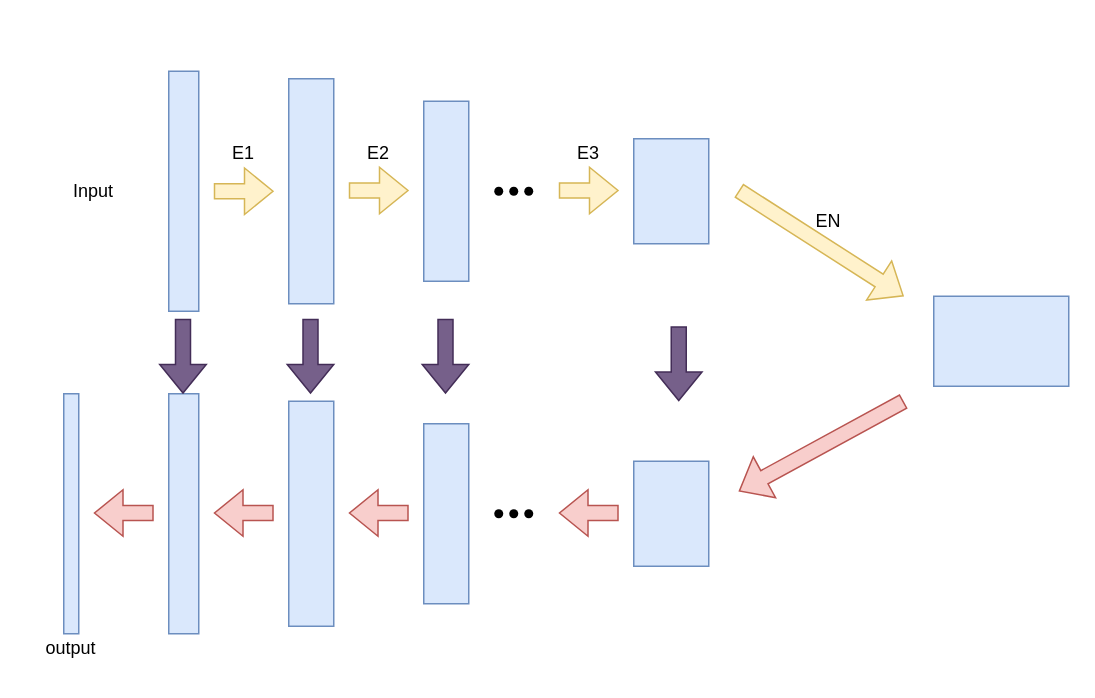
Earlier version of the draw.io diagram unet_simple.drawio (ppposition/Machine_Learn_discussion). Source tidied: cells renumbered, new cells numbered last; positions are measured from the earlier drawing's top-left corner, leaving out a move shared by most shapes. Both pictures are drawn from the tidied source at 150%, with x=0, y=0 at pixel (26, 70).
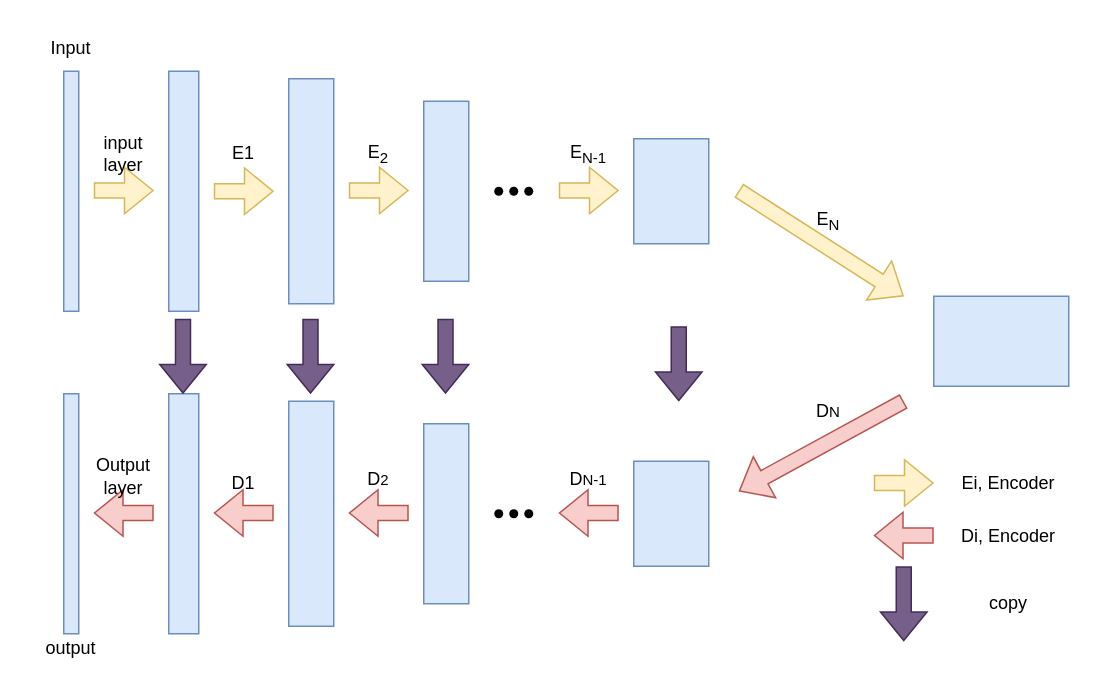
The same diagram, later.

Diff of the diagram source:
```diff
@@
     <mxCell id="3" value="Input" style="text;html=1;align=center;verticalAlign=middle;whiteSpace=wrap;rounded=0;" parent="1" vertex="1">
-      <mxGeometry x="15" y="65" width="60" height="30" as="geometry" />
+      <mxGeometry y="-30" width="60" height="30" as="geometry" />
     </mxCell>
@@
-    <mxCell id="34" value="EN" style="text;html=1;align=center;verticalAlign=middle;whiteSpace=wrap;rounded=0;" parent="1" vertex="1">
+    <mxCell id="34" value="E&lt;sub&gt;N&lt;/sub&gt;" style="text;html=1;align=center;verticalAlign=middle;whiteSpace=wrap;rounded=0;" parent="1" vertex="1">
       <mxGeometry x="505" y="85" width="60" height="30" as="geometry" />
     </mxCell>
-    <mxCell id="35" value="E3" style="text;html=1;align=center;verticalAlign=middle;whiteSpace=wrap;rounded=0;" parent="1" vertex="1">
+    <mxCell id="35" value="E&lt;sub&gt;N-1&lt;/sub&gt;" style="text;html=1;align=center;verticalAlign=middle;whiteSpace=wrap;rounded=0;" parent="1" vertex="1">
       <mxGeometry x="345" y="40" width="60" height="30" as="geometry" />
     </mxCell>
-    <mxCell id="36" value="E2" style="text;html=1;align=center;verticalAlign=middle;whiteSpace=wrap;rounded=0;" parent="1" vertex="1">
+    <mxCell id="36" value="E&lt;sub&gt;2&lt;/sub&gt;" style="text;html=1;align=center;verticalAlign=middle;whiteSpace=wrap;rounded=0;" parent="1" vertex="1">
       <mxGeometry x="205" y="40" width="60" height="30" as="geometry" />
     </mxCell>
+    <mxCell id="37" value="&lt;sub&gt;&lt;span style=&quot;font-size: 12px;&quot;&gt;D&lt;/span&gt;N&lt;/sub&gt;" style="text;html=1;align=center;verticalAlign=middle;whiteSpace=wrap;rounded=0;" parent="1" vertex="1">
+      <mxGeometry x="505" y="210" width="60" height="30" as="geometry" />
+    </mxCell>
+    <mxCell id="38" value="&lt;sub&gt;&lt;span style=&quot;font-size: 12px;&quot;&gt;D&lt;/span&gt;N-1&lt;/sub&gt;" style="text;html=1;align=center;verticalAlign=middle;whiteSpace=wrap;rounded=0;" parent="1" vertex="1">
+      <mxGeometry x="345" y="255" width="60" height="30" as="geometry" />
+    </mxCell>
+    <mxCell id="39" value="&lt;sub&gt;&lt;span style=&quot;font-size: 12px;&quot;&gt;D&lt;/span&gt;2&lt;/sub&gt;" style="text;html=1;align=center;verticalAlign=middle;whiteSpace=wrap;rounded=0;" parent="1" vertex="1">
+      <mxGeometry x="205" y="255" width="60" height="30" as="geometry" />
+    </mxCell>
+    <mxCell id="40" value="D1" style="text;html=1;align=center;verticalAlign=middle;whiteSpace=wrap;rounded=0;" parent="1" vertex="1">
+      <mxGeometry x="115" y="260" width="60" height="30" as="geometry" />
+    </mxCell>
+    <mxCell id="41" value="Output layer" style="text;html=1;align=center;verticalAlign=middle;whiteSpace=wrap;rounded=0;" parent="1" vertex="1">
+      <mxGeometry x="45" y="255" width="40" height="30" as="geometry" />
+    </mxCell>
+    <mxCell id="42" style="shape=flexArrow;endArrow=classic;html=1;rounded=0;fillColor=#fff2cc;strokeColor=#d6b656;" parent="1" edge="1">
+      <mxGeometry relative="1" as="geometry">
+        <mxPoint x="565" y="274.5" as="sourcePoint" />
+        <mxPoint x="605" y="274.5" as="targetPoint" />
+      </mxGeometry>
+    </mxCell>
+    <mxCell id="43" value="Ei, Encoder" style="text;html=1;align=center;verticalAlign=middle;whiteSpace=wrap;rounded=0;" parent="1" vertex="1">
+      <mxGeometry x="615" y="260" width="80" height="30" as="geometry" />
+    </mxCell>
+    <mxCell id="44" value="Di, Encoder" style="text;html=1;align=center;verticalAlign=middle;whiteSpace=wrap;rounded=0;" parent="1" vertex="1">
+      <mxGeometry x="615" y="295" width="80" height="30" as="geometry" />
+    </mxCell>
+    <mxCell id="45" style="shape=flexArrow;endArrow=classic;html=1;rounded=0;fillColor=#f8cecc;strokeColor=#b85450;" parent="1" edge="1">
+      <mxGeometry relative="1" as="geometry">
+        <mxPoint x="605" y="309.5" as="sourcePoint" />
+        <mxPoint x="565" y="309.5" as="targetPoint" />
+      </mxGeometry>
+    </mxCell>
+    <mxCell id="46" style="shape=flexArrow;endArrow=classic;html=1;rounded=0;fillColor=#76608a;strokeColor=#432D57;" parent="1" edge="1">
+      <mxGeometry relative="1" as="geometry">
+        <mxPoint x="585" y="330" as="sourcePoint" />
+        <mxPoint x="585" y="380" as="targetPoint" />
+      </mxGeometry>
+    </mxCell>
+    <mxCell id="47" value="copy" style="text;html=1;align=center;verticalAlign=middle;whiteSpace=wrap;rounded=0;" parent="1" vertex="1">
+      <mxGeometry x="615" y="340" width="80" height="30" as="geometry" />
+    </mxCell>
+    <mxCell id="48" style="rounded=0;whiteSpace=wrap;html=1;fillColor=#dae8fc;strokeColor=#6c8ebf;" parent="1" vertex="1">
+      <mxGeometry x="25" width="10" height="160" as="geometry" />
+    </mxCell>
+    <mxCell id="49" style="shape=flexArrow;endArrow=classic;html=1;rounded=0;fillColor=#fff2cc;strokeColor=#d6b656;" parent="1" edge="1">
+      <mxGeometry relative="1" as="geometry">
+        <mxPoint x="45" y="79.5" as="sourcePoint" />
+        <mxPoint x="85" y="79.5" as="targetPoint" />
+      </mxGeometry>
+    </mxCell>
+    <mxCell id="50" value="input&lt;div&gt;layer&lt;/div&gt;" style="text;html=1;align=center;verticalAlign=middle;whiteSpace=wrap;rounded=0;" parent="1" vertex="1">
+      <mxGeometry x="35" y="40" width="60" height="30" as="geometry" />
+    </mxCell>
```
